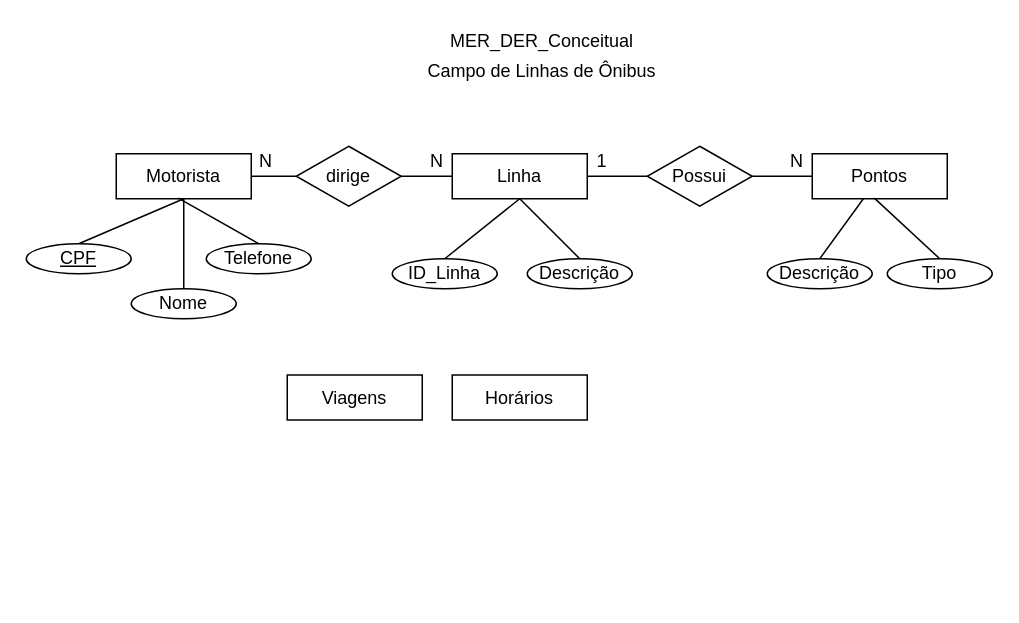
The draw.io diagram 2des/bcd/aula03/onibus.drawio in wellifabio/senai2021, before the edit. Source tidied: cells renumbered, new cells numbered last; positions are measured from the earlier drawing's top-left corner, leaving out a move shared by most shapes. Both pictures are drawn from the tidied source at 150%, with x=0, y=0 at pixel (26, 26).
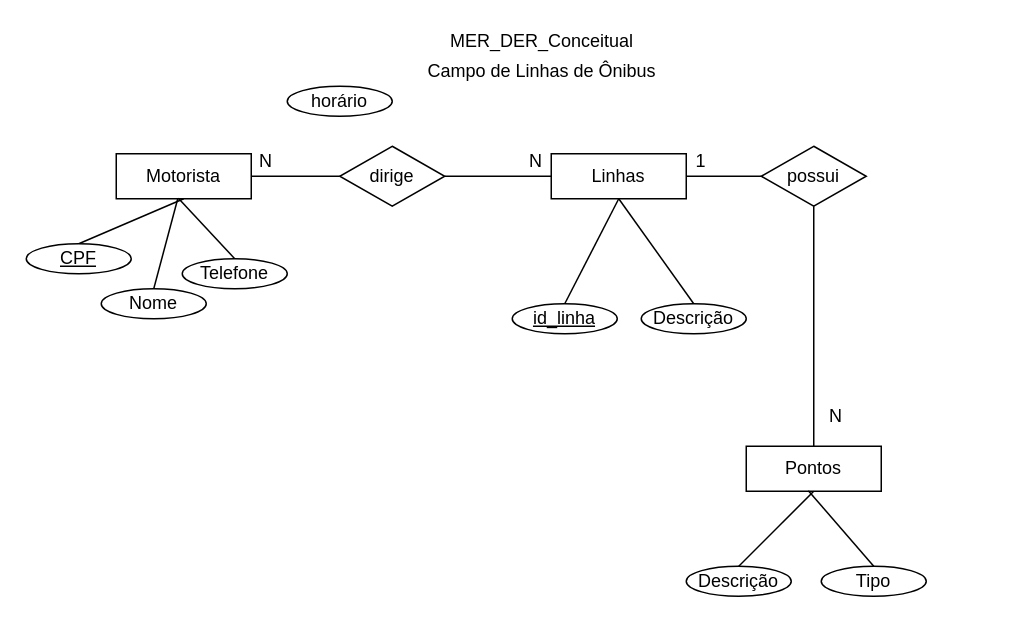
After the change.

Change to the diagram source:
```diff
@@
     <mxCell id="6" value="Nome" style="ellipse;whiteSpace=wrap;html=1;" parent="1" vertex="1">
-      <mxGeometry x="70" y="175" width="70" height="20" as="geometry" />
+      <mxGeometry x="50" y="175" width="70" height="20" as="geometry" />
     </mxCell>
@@
     <mxCell id="8" value="Telefone" style="ellipse;whiteSpace=wrap;html=1;" parent="1" vertex="1">
-      <mxGeometry x="120" y="145" width="70" height="20" as="geometry" />
+      <mxGeometry x="104" y="155" width="70" height="20" as="geometry" />
     </mxCell>
@@
+    <mxCell id="34" style="rounded=0;jettySize=auto;html=1;exitX=0.5;exitY=0;exitDx=0;exitDy=0;entryX=0.5;entryY=1;entryDx=0;entryDy=0;endArrow=none;endFill=0;" parent="1" edge="1" source="10" target="22">
+      <mxGeometry relative="1" as="geometry" />
+    </mxCell>
     <mxCell id="10" value="Pontos" style="rounded=0;whiteSpace=wrap;html=1;" parent="1" vertex="1">
-      <mxGeometry x="524" y="85" width="90" height="30" as="geometry" />
+      <mxGeometry x="480" y="280" width="90" height="30" as="geometry" />
     </mxCell>
-    <mxCell id="11" style="edgeStyle=none;rounded=0;jettySize=auto;html=1;exitX=0.5;exitY=0;exitDx=0;exitDy=0;endArrow=none;endFill=0;" parent="1" edge="1" source="12" target="10">
+    <mxCell id="11" style="edgeStyle=none;rounded=0;jettySize=auto;html=1;endArrow=none;endFill=0;entryX=0.5;entryY=1;entryDx=0;entryDy=0;exitX=0.5;exitY=0;exitDx=0;exitDy=0;" parent="1" edge="1" source="12" target="10">
       <mxGeometry relative="1" as="geometry" />
     </mxCell>
     <mxCell id="12" value="Descrição" style="ellipse;whiteSpace=wrap;html=1;" parent="1" vertex="1">
-      <mxGeometry x="494" y="155" width="70" height="20" as="geometry" />
+      <mxGeometry x="440" y="360" width="70" height="20" as="geometry" />
     </mxCell>
@@
     <mxCell id="14" value="Tipo" style="ellipse;whiteSpace=wrap;html=1;" parent="1" vertex="1">
-      <mxGeometry x="574" y="155" width="70" height="20" as="geometry" />
+      <mxGeometry x="530" y="360" width="70" height="20" as="geometry" />
     </mxCell>
-    <mxCell id="15" value="Linha" style="rounded=0;whiteSpace=wrap;html=1;" parent="1" vertex="1">
-      <mxGeometry x="284" y="85" width="90" height="30" as="geometry" />
+    <mxCell id="15" value="Linhas" style="rounded=0;whiteSpace=wrap;html=1;" parent="1" vertex="1">
+      <mxGeometry x="350" y="85" width="90" height="30" as="geometry" />
     </mxCell>
@@
     <mxCell id="17" value="Descrição" style="ellipse;whiteSpace=wrap;html=1;" parent="1" vertex="1">
-      <mxGeometry x="334" y="155" width="70" height="20" as="geometry" />
+      <mxGeometry x="410" y="185" width="70" height="20" as="geometry" />
     </mxCell>
@@
-    <mxCell id="19" value="ID_Linha" style="ellipse;whiteSpace=wrap;html=1;" parent="1" vertex="1">
-      <mxGeometry x="244" y="155" width="70" height="20" as="geometry" />
+    <mxCell id="19" value="id_linha" style="ellipse;whiteSpace=wrap;html=1;fontStyle=4;" parent="1" vertex="1">
+      <mxGeometry x="324" y="185" width="70" height="20" as="geometry" />
     </mxCell>
-    <mxCell id="20" style="edgeStyle=none;rounded=0;jettySize=auto;html=1;exitX=1;exitY=0.5;exitDx=0;exitDy=0;entryX=0;entryY=0.5;entryDx=0;entryDy=0;endArrow=none;endFill=0;" parent="1" edge="1" source="22" target="10">
-      <mxGeometry relative="1" as="geometry" />
-    </mxCell>
@@
-    <mxCell id="22" value="Possui" style="rhombus;whiteSpace=wrap;html=1;" parent="1" vertex="1">
-      <mxGeometry x="414" y="80" width="70" height="40" as="geometry" />
+    <mxCell id="22" value="possui" style="rhombus;whiteSpace=wrap;html=1;" parent="1" vertex="1">
+      <mxGeometry x="490" y="80" width="70" height="40" as="geometry" />
     </mxCell>
     <mxCell id="23" value="1" style="text;html=1;strokeColor=none;fillColor=none;align=center;verticalAlign=middle;whiteSpace=wrap;rounded=0;" parent="1" vertex="1">
-      <mxGeometry x="374" y="80" width="20" height="20" as="geometry" />
+      <mxGeometry x="440" y="80" width="20" height="20" as="geometry" />
     </mxCell>
     <mxCell id="24" value="N" style="text;html=1;strokeColor=none;fillColor=none;align=center;verticalAlign=middle;whiteSpace=wrap;rounded=0;" parent="1" vertex="1">
-      <mxGeometry x="504" y="80" width="20" height="20" as="geometry" />
+      <mxGeometry x="530" y="250" width="20" height="20" as="geometry" />
     </mxCell>
@@
     <mxCell id="27" value="dirige" style="rhombus;whiteSpace=wrap;html=1;" parent="1" vertex="1">
-      <mxGeometry x="180" y="80" width="70" height="40" as="geometry" />
+      <mxGeometry x="209" y="80" width="70" height="40" as="geometry" />
     </mxCell>
@@
     <mxCell id="29" value="N" style="text;html=1;strokeColor=none;fillColor=none;align=center;verticalAlign=middle;whiteSpace=wrap;rounded=0;" parent="1" vertex="1">
-      <mxGeometry x="264" y="80" width="20" height="20" as="geometry" />
+      <mxGeometry x="330" y="80" width="20" height="20" as="geometry" />
     </mxCell>
-    <mxCell id="30" value="Horários" style="rounded=0;whiteSpace=wrap;html=1;" parent="1" vertex="1">
-      <mxGeometry x="284" y="232.5" width="90" height="30" as="geometry" />
-    </mxCell>
-    <mxCell id="31" value="Viagens" style="rounded=0;whiteSpace=wrap;html=1;" parent="1" vertex="1">
-      <mxGeometry x="174" y="232.5" width="90" height="30" as="geometry" />
-    </mxCell>
@@
+    <mxCell id="35" value="horário" style="ellipse;whiteSpace=wrap;html=1;" parent="1" vertex="1">
+      <mxGeometry x="174" y="40" width="70" height="20" as="geometry" />
+    </mxCell>
```
